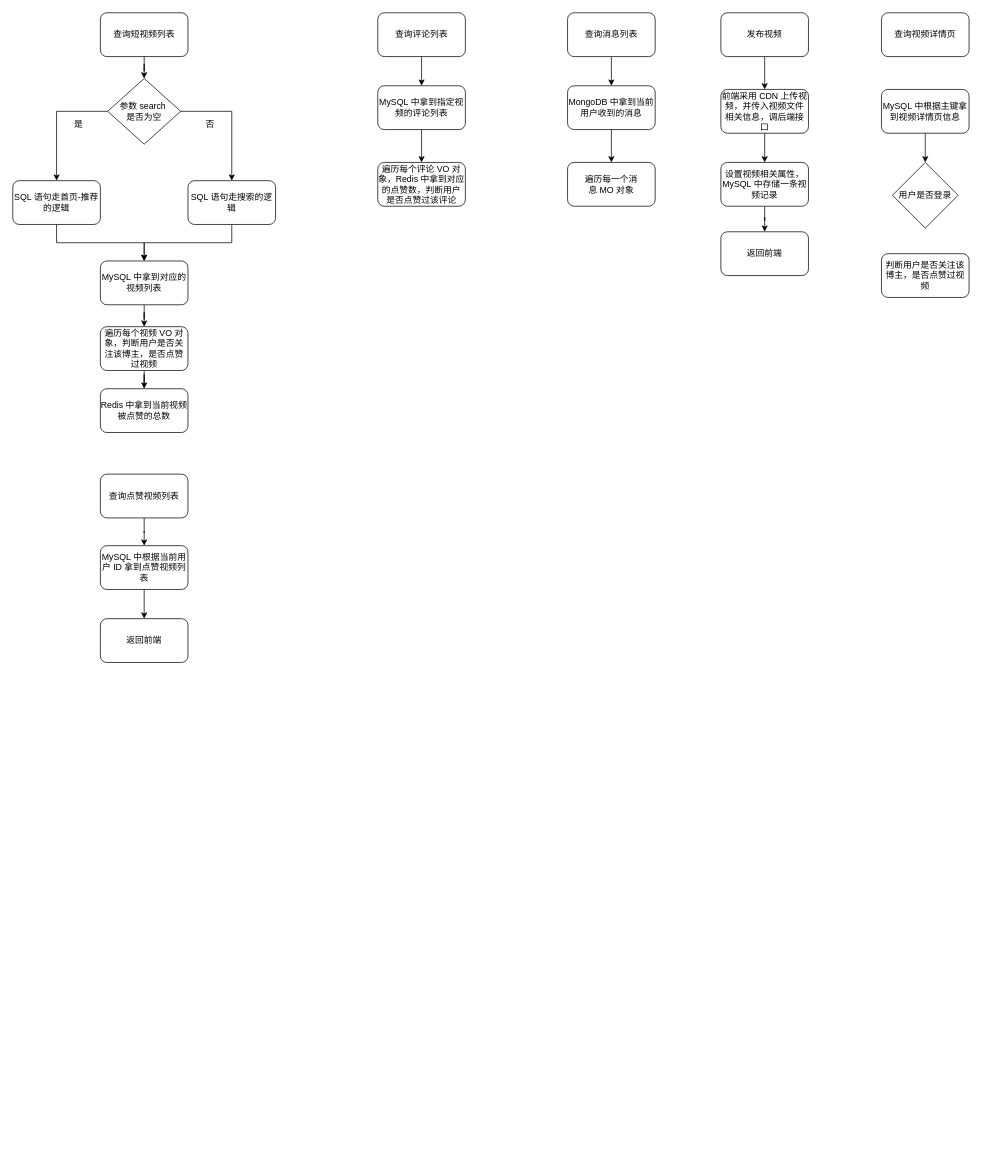
Earlier version of the draw.io diagram 视频模块.drawio (lee11xx/picgo-img). Source tidied: cells renumbered, new cells numbered last; positions are measured from the earlier drawing's top-left corner, leaving out a move shared by most shapes. Both pictures are drawn from the tidied source at 73%, with x=0, y=0 at pixel (12, 12).
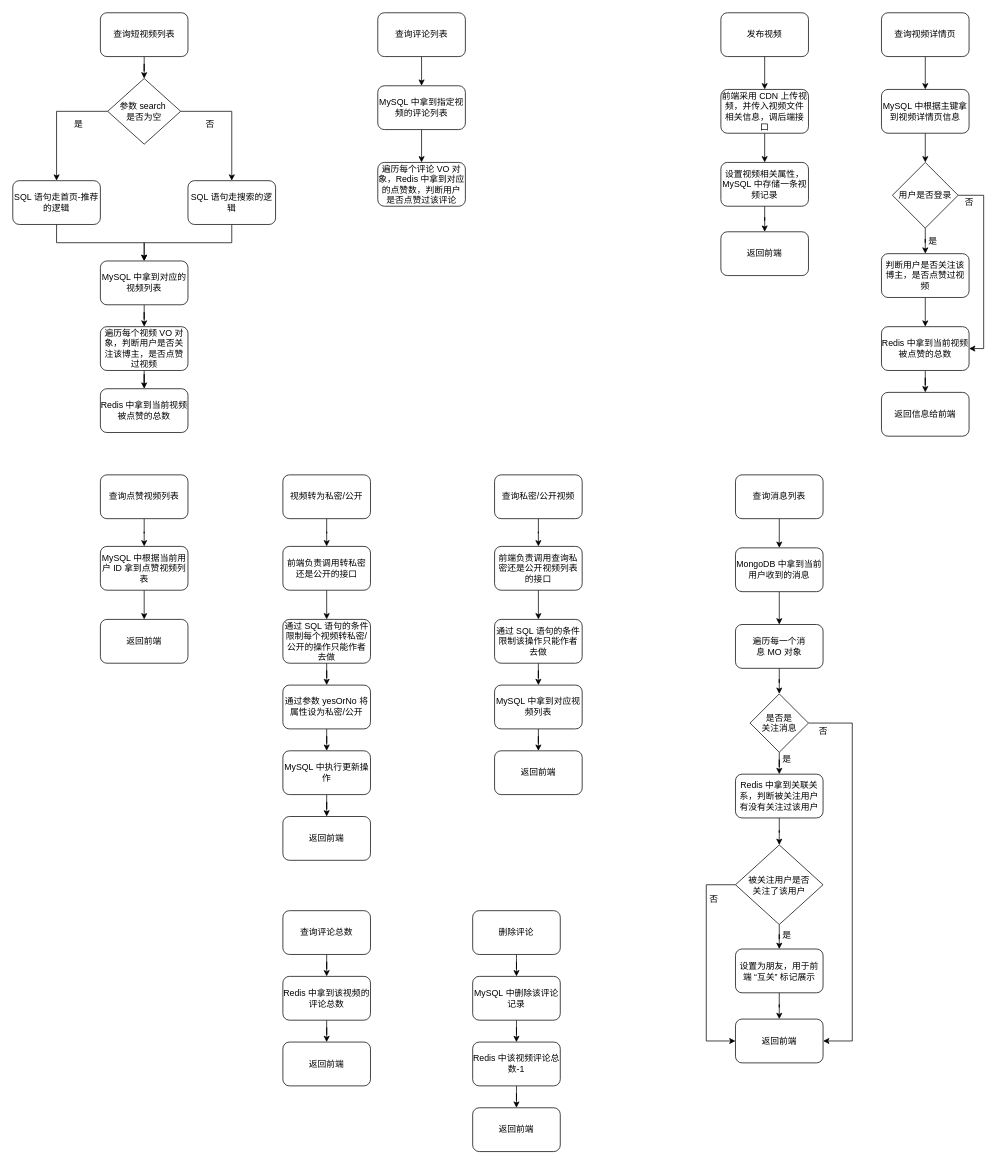
Above is the later version.

Commit message:
更新视频模块.drawio

Unchanged cells that the change refers to:
```xml
<mxCell id="40" value="查询视频详情页" style="rounded=1;whiteSpace=wrap;html=1;" parent="1" vertex="1">
  <mxGeometry x="1190" width="120" height="60" as="geometry" />
</mxCell>
<mxCell id="42" value="MySQL&amp;nbsp;中根据主键拿到视频详情页信息" style="rounded=1;whiteSpace=wrap;html=1;" parent="1" vertex="1">
  <mxGeometry x="1190" y="105" width="120" height="60" as="geometry" />
</mxCell>
<mxCell id="43" value="用户是否登录" style="rhombus;whiteSpace=wrap;html=1;" parent="1" vertex="1">
  <mxGeometry x="1205" y="205" width="90" height="90" as="geometry" />
</mxCell>
<mxCell id="44" value="判断用户是否关注该博主，是否点赞过视频" style="rounded=1;whiteSpace=wrap;html=1;" parent="1" vertex="1">
  <mxGeometry x="1190" y="330" width="120" height="60" as="geometry" />
</mxCell>
```

The edit, as a diff of the source:
```diff
@@
     <mxCell id="24" value="查询消息列表" style="rounded=1;whiteSpace=wrap;html=1;" parent="1" vertex="1">
-      <mxGeometry x="760" width="120" height="60" as="geometry" />
+      <mxGeometry x="990" y="633" width="120" height="60" as="geometry" />
     </mxCell>
@@
     <mxCell id="26" value="MongoDB&amp;nbsp;中拿到当前用户收到的消息" style="rounded=1;whiteSpace=wrap;html=1;" parent="1" vertex="1">
-      <mxGeometry x="760" y="100" width="120" height="60" as="geometry" />
+      <mxGeometry x="990" y="733" width="120" height="60" as="geometry" />
     </mxCell>
+    <mxCell id="45" style="edgeStyle=orthogonalEdgeStyle;rounded=0;jettySize=auto;html=1;" parent="1" edge="1" source="27" target="89">
+      <mxGeometry relative="1" as="geometry" />
+    </mxCell>
     <mxCell id="27" value="遍历每一个消息&amp;nbsp;MO&amp;nbsp;对象" style="rounded=1;whiteSpace=wrap;html=1;" parent="1" vertex="1">
-      <mxGeometry x="760" y="205" width="120" height="60" as="geometry" />
+      <mxGeometry x="990" y="838" width="120" height="60" as="geometry" />
     </mxCell>
@@
     <mxCell id="29" value="查询点赞视频列表" style="rounded=1;whiteSpace=wrap;html=1;" parent="1" vertex="1">
-      <mxGeometry x="120" y="632" width="120" height="60" as="geometry" />
+      <mxGeometry x="120" y="633" width="120" height="60" as="geometry" />
     </mxCell>
@@
     <mxCell id="31" value="MySQL&amp;nbsp;中根据当前用户&amp;nbsp;ID&amp;nbsp;拿到点赞视频列表" style="rounded=1;whiteSpace=wrap;html=1;" parent="1" vertex="1">
-      <mxGeometry x="120" y="730" width="120" height="60" as="geometry" />
+      <mxGeometry x="120" y="731" width="120" height="60" as="geometry" />
     </mxCell>
     <mxCell id="32" value="返回前端" style="rounded=1;whiteSpace=wrap;html=1;" parent="1" vertex="1">
-      <mxGeometry x="120" y="830" width="120" height="60" as="geometry" />
+      <mxGeometry x="120" y="831" width="120" height="60" as="geometry" />
     </mxCell>
@@
+    <mxCell id="46" style="edgeStyle=orthogonalEdgeStyle;rounded=0;jettySize=auto;html=1;" parent="1" edge="1" source="40" target="42">
+      <mxGeometry relative="1" as="geometry" />
+    </mxCell>
@@
+    <mxCell id="47" style="edgeStyle=orthogonalEdgeStyle;rounded=0;jettySize=auto;html=1;" parent="1" edge="1" source="43" target="44">
+      <mxGeometry relative="1" as="geometry" />
+    </mxCell>
+    <mxCell id="48" style="edgeStyle=orthogonalEdgeStyle;rounded=0;jettySize=auto;html=1;entryX=1;entryY=0.5;entryDx=0;entryDy=0;" parent="1" edge="1" source="43" target="51">
+      <mxGeometry relative="1" as="geometry">
+        <Array as="points">
+          <mxPoint x="1330" y="250" />
+          <mxPoint x="1330" y="460" />
+        </Array>
+      </mxGeometry>
+    </mxCell>
@@
+    <mxCell id="49" style="edgeStyle=orthogonalEdgeStyle;rounded=0;jettySize=auto;html=1;" parent="1" edge="1" source="44" target="51">
+      <mxGeometry relative="1" as="geometry" />
+    </mxCell>
@@
+    <mxCell id="50" style="edgeStyle=orthogonalEdgeStyle;rounded=0;jettySize=auto;html=1;" parent="1" edge="1" source="51" target="54">
+      <mxGeometry relative="1" as="geometry" />
+    </mxCell>
+    <mxCell id="51" value="Redis&amp;nbsp;中拿到当前视频被点赞的总数" style="whiteSpace=wrap;html=1;rounded=1;" parent="1" vertex="1">
+      <mxGeometry x="1190" y="430" width="120" height="60" as="geometry" />
+    </mxCell>
+    <mxCell id="52" value="是" style="text;html=1;align=center;verticalAlign=middle;strokeColor=none;fillColor=none;" parent="1" vertex="1">
+      <mxGeometry x="1240" y="298" width="40" height="30" as="geometry" />
+    </mxCell>
+    <mxCell id="53" value="否" style="text;html=1;align=center;verticalAlign=middle;strokeColor=none;fillColor=none;" parent="1" vertex="1">
+      <mxGeometry x="1290" y="245" width="40" height="30" as="geometry" />
+    </mxCell>
+    <mxCell id="54" value="返回信息给前端" style="whiteSpace=wrap;html=1;rounded=1;" parent="1" vertex="1">
+      <mxGeometry x="1190" y="520" width="120" height="60" as="geometry" />
+    </mxCell>
+    <mxCell id="55" style="edgeStyle=orthogonalEdgeStyle;rounded=0;jettySize=auto;html=1;" parent="1" edge="1" source="56" target="58">
+      <mxGeometry relative="1" as="geometry" />
+    </mxCell>
+    <mxCell id="56" value="视频转为私密/公开" style="rounded=1;whiteSpace=wrap;html=1;" parent="1" vertex="1">
+      <mxGeometry x="370" y="633" width="120" height="60" as="geometry" />
+    </mxCell>
+    <mxCell id="57" style="edgeStyle=orthogonalEdgeStyle;rounded=0;jettySize=auto;html=1;" parent="1" edge="1" source="58" target="62">
+      <mxGeometry relative="1" as="geometry" />
+    </mxCell>
+    <mxCell id="58" value="前端负责调用转私密还是公开的接口" style="rounded=1;whiteSpace=wrap;html=1;" parent="1" vertex="1">
+      <mxGeometry x="370" y="731" width="120" height="60" as="geometry" />
+    </mxCell>
+    <mxCell id="59" style="edgeStyle=orthogonalEdgeStyle;rounded=0;jettySize=auto;html=1;" parent="1" edge="1" source="60" target="64">
+      <mxGeometry relative="1" as="geometry" />
+    </mxCell>
+    <mxCell id="60" value="通过参数&amp;nbsp;yesOrNo 将属性设为私密/公开" style="rounded=1;whiteSpace=wrap;html=1;" parent="1" vertex="1">
+      <mxGeometry x="370" y="921" width="120" height="60" as="geometry" />
+    </mxCell>
+    <mxCell id="61" style="edgeStyle=orthogonalEdgeStyle;rounded=0;jettySize=auto;html=1;" parent="1" edge="1" source="62" target="60">
+      <mxGeometry relative="1" as="geometry" />
+    </mxCell>
+    <mxCell id="62" value="通过&amp;nbsp;SQL&amp;nbsp;语句的条件限制每个视频转私密/公开的操作只能作者去做" style="rounded=1;whiteSpace=wrap;html=1;" parent="1" vertex="1">
+      <mxGeometry x="370" y="831" width="120" height="60" as="geometry" />
+    </mxCell>
+    <mxCell id="63" style="edgeStyle=orthogonalEdgeStyle;rounded=0;jettySize=auto;html=1;" parent="1" edge="1" source="64" target="65">
+      <mxGeometry relative="1" as="geometry" />
+    </mxCell>
+    <mxCell id="64" value="MySQL&amp;nbsp;中执行更新操作" style="rounded=1;whiteSpace=wrap;html=1;" parent="1" vertex="1">
+      <mxGeometry x="370" y="1011" width="120" height="60" as="geometry" />
+    </mxCell>
+    <mxCell id="65" value="返回前端" style="rounded=1;whiteSpace=wrap;html=1;" parent="1" vertex="1">
+      <mxGeometry x="370" y="1101" width="120" height="60" as="geometry" />
+    </mxCell>
+    <mxCell id="66" style="edgeStyle=orthogonalEdgeStyle;rounded=0;jettySize=auto;html=1;" parent="1" edge="1" source="67" target="69">
+      <mxGeometry relative="1" as="geometry" />
+    </mxCell>
+    <mxCell id="67" value="查询私密/公开视频" style="rounded=1;whiteSpace=wrap;html=1;" parent="1" vertex="1">
+      <mxGeometry x="660" y="633" width="120" height="60" as="geometry" />
+    </mxCell>
+    <mxCell id="68" style="edgeStyle=orthogonalEdgeStyle;rounded=0;jettySize=auto;html=1;" parent="1" edge="1" source="69" target="71">
+      <mxGeometry relative="1" as="geometry" />
+    </mxCell>
+    <mxCell id="69" value="前端负责调用查询私密还是公开视频列表的接口" style="rounded=1;whiteSpace=wrap;html=1;" parent="1" vertex="1">
+      <mxGeometry x="660" y="731" width="120" height="60" as="geometry" />
+    </mxCell>
+    <mxCell id="70" style="edgeStyle=orthogonalEdgeStyle;rounded=0;jettySize=auto;html=1;" parent="1" edge="1" source="71" target="73">
+      <mxGeometry relative="1" as="geometry" />
+    </mxCell>
+    <mxCell id="71" value="通过&amp;nbsp;SQL&amp;nbsp;语句的条件限制该操作只能作者去做" style="rounded=1;whiteSpace=wrap;html=1;" parent="1" vertex="1">
+      <mxGeometry x="660" y="831" width="120" height="60" as="geometry" />
+    </mxCell>
+    <mxCell id="72" style="edgeStyle=orthogonalEdgeStyle;rounded=0;jettySize=auto;html=1;" parent="1" edge="1" source="73" target="74">
+      <mxGeometry relative="1" as="geometry" />
+    </mxCell>
+    <mxCell id="73" value="MySQL&amp;nbsp;中拿到对应视频列表" style="rounded=1;whiteSpace=wrap;html=1;" parent="1" vertex="1">
+      <mxGeometry x="660" y="921" width="120" height="60" as="geometry" />
+    </mxCell>
+    <mxCell id="74" value="返回前端" style="rounded=1;whiteSpace=wrap;html=1;" parent="1" vertex="1">
+      <mxGeometry x="660" y="1011" width="120" height="60" as="geometry" />
+    </mxCell>
+    <mxCell id="75" style="edgeStyle=orthogonalEdgeStyle;rounded=0;jettySize=auto;html=1;" parent="1" edge="1" source="76" target="78">
+      <mxGeometry relative="1" as="geometry" />
+    </mxCell>
+    <mxCell id="76" value="查询评论总数" style="rounded=1;whiteSpace=wrap;html=1;" parent="1" vertex="1">
+      <mxGeometry x="370" y="1230" width="120" height="60" as="geometry" />
+    </mxCell>
+    <mxCell id="77" style="edgeStyle=orthogonalEdgeStyle;rounded=0;jettySize=auto;html=1;" parent="1" edge="1" source="78" target="79">
+      <mxGeometry relative="1" as="geometry" />
+    </mxCell>
+    <mxCell id="78" value="Redis&amp;nbsp;中拿到该视频的评论总数" style="rounded=1;whiteSpace=wrap;html=1;" parent="1" vertex="1">
+      <mxGeometry x="370" y="1320" width="120" height="60" as="geometry" />
+    </mxCell>
+    <mxCell id="79" value="返回前端" style="rounded=1;whiteSpace=wrap;html=1;" parent="1" vertex="1">
+      <mxGeometry x="370" y="1410" width="120" height="60" as="geometry" />
+    </mxCell>
+    <mxCell id="80" style="edgeStyle=orthogonalEdgeStyle;rounded=0;jettySize=auto;html=1;" parent="1" edge="1" source="81" target="83">
+      <mxGeometry relative="1" as="geometry" />
+    </mxCell>
+    <mxCell id="81" value="删除评论" style="rounded=1;whiteSpace=wrap;html=1;" parent="1" vertex="1">
+      <mxGeometry x="630" y="1230" width="120" height="60" as="geometry" />
+    </mxCell>
+    <mxCell id="82" style="edgeStyle=orthogonalEdgeStyle;rounded=0;jettySize=auto;html=1;" parent="1" edge="1" source="83" target="85">
+      <mxGeometry relative="1" as="geometry" />
+    </mxCell>
+    <mxCell id="83" value="MySQL&amp;nbsp;中删除该评论记录" style="rounded=1;whiteSpace=wrap;html=1;" parent="1" vertex="1">
+      <mxGeometry x="630" y="1320" width="120" height="60" as="geometry" />
+    </mxCell>
+    <mxCell id="84" style="edgeStyle=orthogonalEdgeStyle;rounded=0;jettySize=auto;html=1;" parent="1" edge="1" source="85" target="86">
+      <mxGeometry relative="1" as="geometry" />
+    </mxCell>
+    <mxCell id="85" value="Redis&amp;nbsp;中该视频评论总数-1" style="rounded=1;whiteSpace=wrap;html=1;" parent="1" vertex="1">
+      <mxGeometry x="630" y="1410" width="120" height="60" as="geometry" />
+    </mxCell>
+    <mxCell id="86" value="返回前端" style="rounded=1;whiteSpace=wrap;html=1;" parent="1" vertex="1">
+      <mxGeometry x="630" y="1500" width="120" height="60" as="geometry" />
+    </mxCell>
+    <mxCell id="87" style="edgeStyle=orthogonalEdgeStyle;rounded=0;jettySize=auto;html=1;" parent="1" edge="1" source="89" target="91">
+      <mxGeometry relative="1" as="geometry" />
+    </mxCell>
+    <mxCell id="88" style="edgeStyle=orthogonalEdgeStyle;rounded=0;jettySize=auto;html=1;entryX=1;entryY=0.5;entryDx=0;entryDy=0;" parent="1" edge="1" source="89" target="97">
+      <mxGeometry relative="1" as="geometry">
+        <Array as="points">
+          <mxPoint x="1150" y="973" />
+          <mxPoint x="1150" y="1409" />
+        </Array>
+      </mxGeometry>
+    </mxCell>
+    <mxCell id="89" value="是否是&lt;br&gt;关注消息" style="rhombus;whiteSpace=wrap;html=1;" parent="1" vertex="1">
+      <mxGeometry x="1010" y="933" width="80" height="80" as="geometry" />
+    </mxCell>
+    <mxCell id="90" style="edgeStyle=orthogonalEdgeStyle;rounded=0;jettySize=auto;html=1;" parent="1" edge="1" source="91" target="94">
+      <mxGeometry relative="1" as="geometry" />
+    </mxCell>
+    <mxCell id="91" value="Redis&amp;nbsp;中拿到关联关系，判断被关注用户有没有关注过该用户" style="rounded=1;whiteSpace=wrap;html=1;" parent="1" vertex="1">
+      <mxGeometry x="990" y="1043" width="120" height="60" as="geometry" />
+    </mxCell>
+    <mxCell id="92" style="edgeStyle=orthogonalEdgeStyle;rounded=0;jettySize=auto;html=1;" parent="1" edge="1" source="94" target="96">
+      <mxGeometry relative="1" as="geometry" />
+    </mxCell>
+    <mxCell id="93" style="edgeStyle=orthogonalEdgeStyle;rounded=0;jettySize=auto;html=1;entryX=0;entryY=0.5;entryDx=0;entryDy=0;" parent="1" edge="1" source="94" target="97">
+      <mxGeometry relative="1" as="geometry">
+        <Array as="points">
+          <mxPoint x="950" y="1195" />
+          <mxPoint x="950" y="1409" />
+        </Array>
+      </mxGeometry>
+    </mxCell>
+    <mxCell id="94" value="被关注用户是否&lt;br&gt;关注了该用户" style="rhombus;whiteSpace=wrap;html=1;" parent="1" vertex="1">
+      <mxGeometry x="990" y="1140" width="120" height="109" as="geometry" />
+    </mxCell>
+    <mxCell id="95" style="edgeStyle=orthogonalEdgeStyle;rounded=0;jettySize=auto;html=1;" parent="1" edge="1" source="96" target="97">
+      <mxGeometry relative="1" as="geometry" />
+    </mxCell>
+    <mxCell id="96" value="设置为朋友，用于前端 “互关”&amp;nbsp;标记展示" style="rounded=1;whiteSpace=wrap;html=1;" parent="1" vertex="1">
+      <mxGeometry x="990" y="1282.5" width="120" height="60" as="geometry" />
+    </mxCell>
+    <mxCell id="97" value="返回前端" style="rounded=1;whiteSpace=wrap;html=1;" parent="1" vertex="1">
+      <mxGeometry x="990" y="1378.5" width="120" height="60" as="geometry" />
+    </mxCell>
+    <mxCell id="98" value="是" style="text;html=1;align=center;verticalAlign=middle;strokeColor=none;fillColor=none;" parent="1" vertex="1">
+      <mxGeometry x="1040" y="1008" width="40" height="30" as="geometry" />
+    </mxCell>
+    <mxCell id="99" value="是" style="text;html=1;align=center;verticalAlign=middle;strokeColor=none;fillColor=none;" parent="1" vertex="1">
+      <mxGeometry x="1040" y="1249" width="40" height="30" as="geometry" />
+    </mxCell>
+    <mxCell id="100" value="否" style="text;html=1;align=center;verticalAlign=middle;strokeColor=none;fillColor=none;" parent="1" vertex="1">
+      <mxGeometry x="1090" y="970" width="40" height="30" as="geometry" />
+    </mxCell>
+    <mxCell id="101" value="否" style="text;html=1;align=center;verticalAlign=middle;strokeColor=none;fillColor=none;" parent="1" vertex="1">
+      <mxGeometry x="940" y="1200" width="40" height="30" as="geometry" />
+    </mxCell>
```
